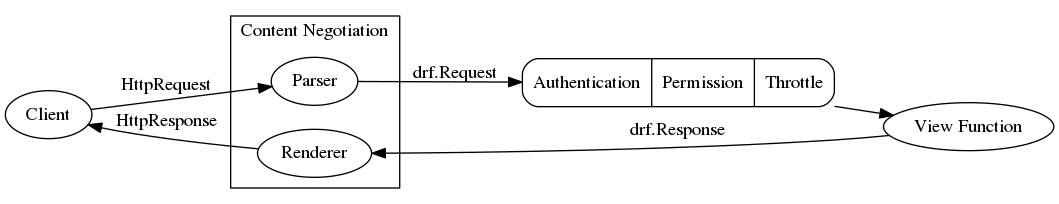
Earlier version of the Graphviz export assets/img/drf/architecture.png (karatekid/karatekid.github.io). Its source is kept beside it as dot_graphs/drf/architecture.dot.
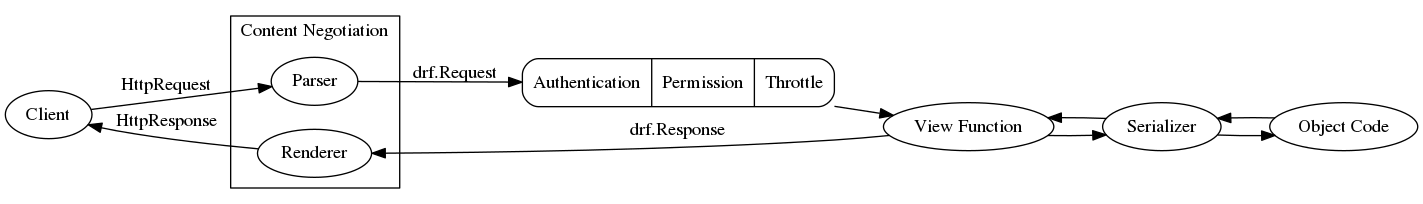
The same diagram one commit later.

The edit, as a diff of the source:
```diff
@@ -13,6 +13,10 @@
     "Parser" -> "Allowance" [label="drf.Request"];
     "Allowance" -> "View Function";
     "View Function" -> "Renderer" [label="drf.Response"];
+    "View Function" -> "Serializer";
+    "Serializer" -> "Object Code";
+    "Object Code" -> "Serializer";
+    "Serializer" -> "View Function";
     "Renderer" -> "Client" [label="HttpResponse"];
 
     Allowance [shape="Mrecord" label="{<f0> Authentication | <f1> Permission | <f2> Throttle}"]
```
